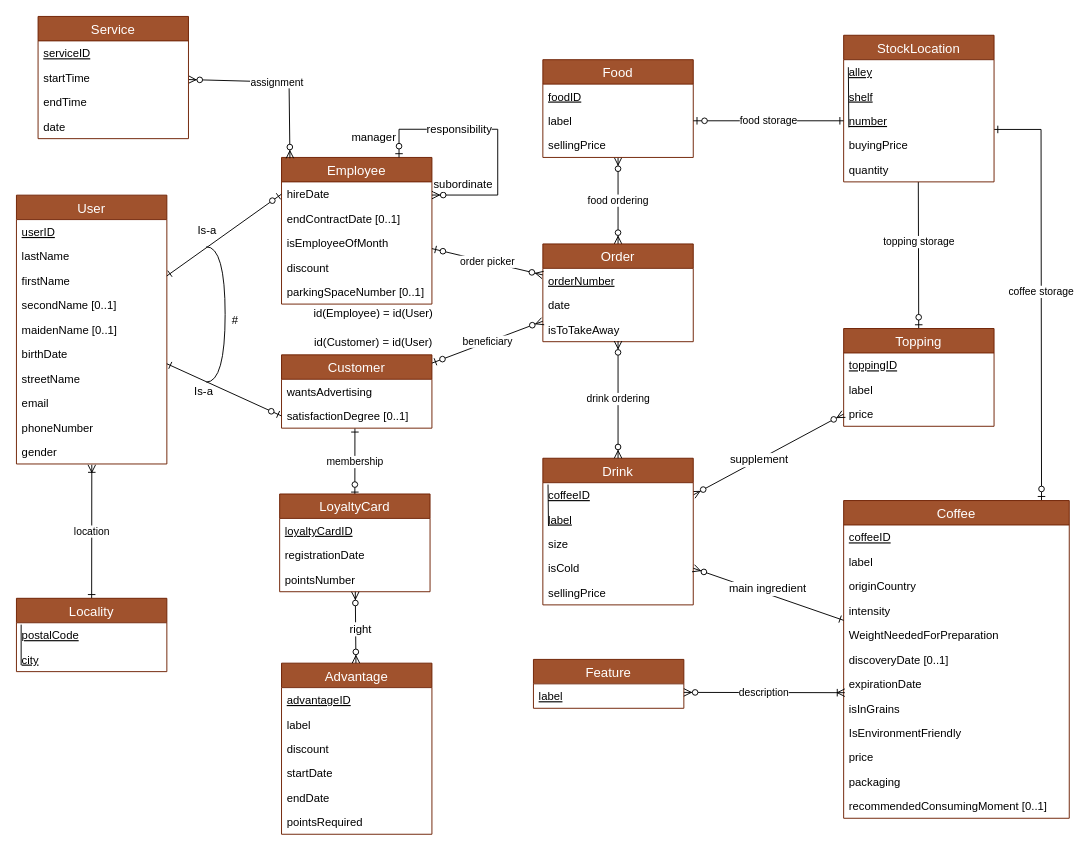
Before: SchemaEA.drawio in DrakeXorn/CoffIG, a draw.io diagram. Source tidied: cells renumbered, new cells numbered last; positions are measured from the earlier drawing's top-left corner, leaving out a move shared by most shapes. Both pictures are drawn from the tidied source at 94%, with x=0, y=0 at pixel (16, 16).
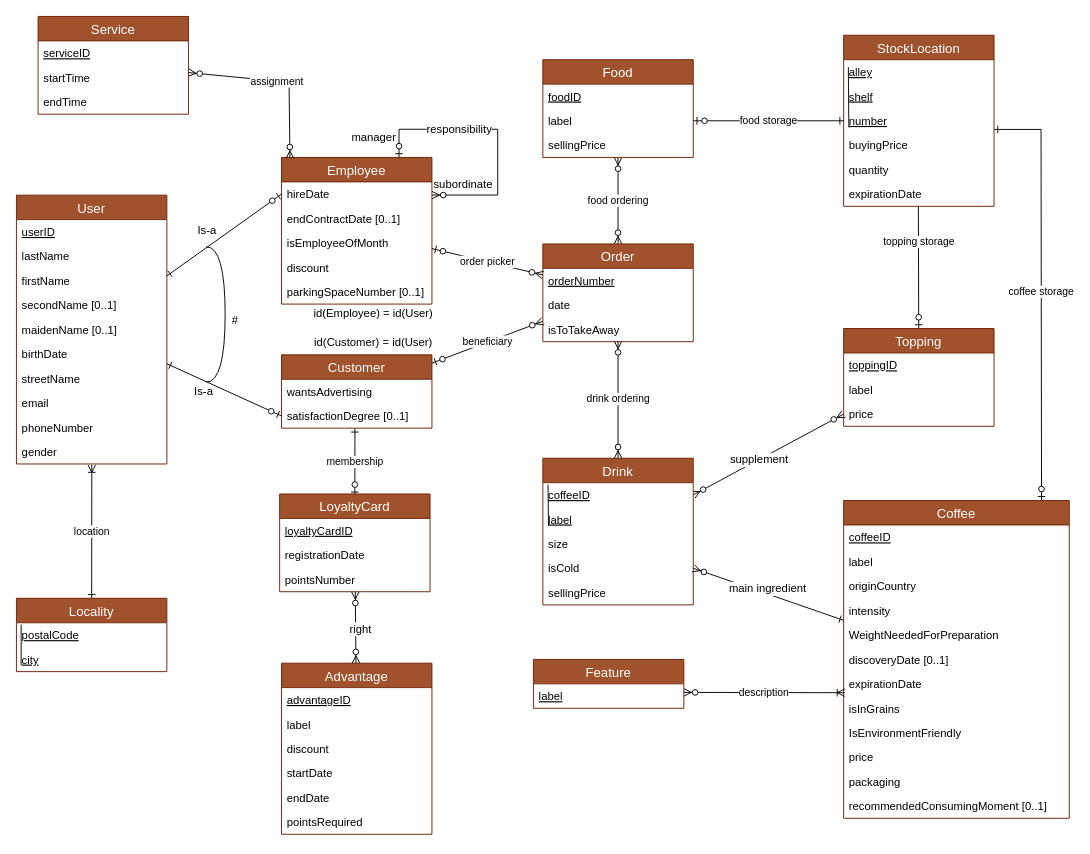
The same diagram, later.

The edit, as a diff of the source:
```diff
@@
     <mxCell id="40" value="StockLocation" style="swimlane;fontStyle=0;horizontal=1;startSize=26;fillColor=#a0522d;swimlaneFillColor=#ffffff;align=center;fontSize=14;strokeColor=#6D1F00;fontColor=#ffffff;" parent="1" vertex="1">
-      <mxGeometry x="880" y="20" width="160" height="156" as="geometry" />
+      <mxGeometry x="880" y="20" width="160" height="182" as="geometry" />
     </mxCell>
@@
+    <mxCell id="112" value="expirationDate" style="text;strokeColor=none;fillColor=none;spacingLeft=4;spacingRight=4;overflow=hidden;fontSize=12;" parent="40" vertex="1">
+      <mxGeometry y="156" width="160" height="26" as="geometry" />
+    </mxCell>
@@
     <mxCell id="73" value="Service" style="swimlane;fontStyle=0;horizontal=1;startSize=26;fillColor=#a0522d;swimlaneFillColor=#ffffff;align=center;fontSize=14;strokeColor=#6D1F00;fontColor=#ffffff;" parent="1" vertex="1">
-      <mxGeometry x="23" width="160" height="130" as="geometry" />
+      <mxGeometry x="23" width="160" height="104" as="geometry" />
     </mxCell>
@@
-    <mxCell id="77" value="date" style="text;strokeColor=none;fillColor=none;spacingLeft=4;spacingRight=4;overflow=hidden;fontSize=12;" parent="73" vertex="1">
-      <mxGeometry y="104" width="160" height="26" as="geometry" />
-    </mxCell>
```
